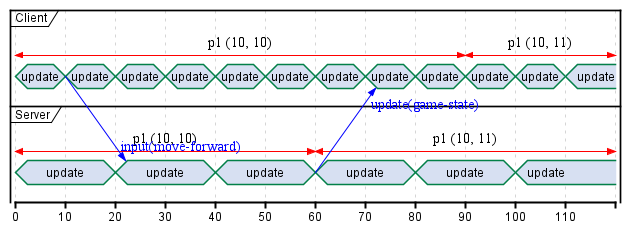
The PlantUML diagram doc/multiplayer/images/Basic Network - Timing.png in ProfPorkins/GameTech, before a commit. Its diagram source:
```plantuml
@startuml Basic Network - Timing

concise "Client" as Client
concise "Server" as Server

@Client
0 is update
+10 is update
Client -> Server@+12 : input(move-forward)
+10 is update
+10 is update
+10 is update
+10 is update
+10 is update
+10 is update
+10 is update
+10 is update
+10 is update
+10 is update
Client@0 <-> @90 : p1 (10, 10)
Client@90 <-> @120 : p1 (10, 11)

@Server
0 is update
+20 is update
+20 is update
+20 is update
Server -> Client@+12 : update(game-state)
+20 is update
+20 is update
Server@0 <-> @60 : p1 (10, 10)
Server@60 <-> @120 : p1 (10, 11)

@enduml
```
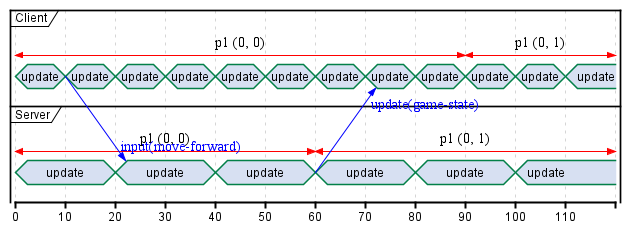
The same diagram one commit later.

What changed in the source:
```diff
@@ -17,8 +17,8 @@
 +10 is update
 +10 is update
 +10 is update
-Client@0 <-> @90 : p1 (10, 10)
-Client@90 <-> @120 : p1 (10, 11)
+Client@0 <-> @90 : p1 (0, 0)
+Client@90 <-> @120 : p1 (0, 1)
 
 @Server
 0 is update
@@ -28,7 +28,7 @@
 Server -> Client@+12 : update(game-state)
 +20 is update
 +20 is update
-Server@0 <-> @60 : p1 (10, 10)
-Server@60 <-> @120 : p1 (10, 11)
+Server@0 <-> @60 : p1 (0, 0)
+Server@60 <-> @120 : p1 (0, 1)
 
 @enduml
```
